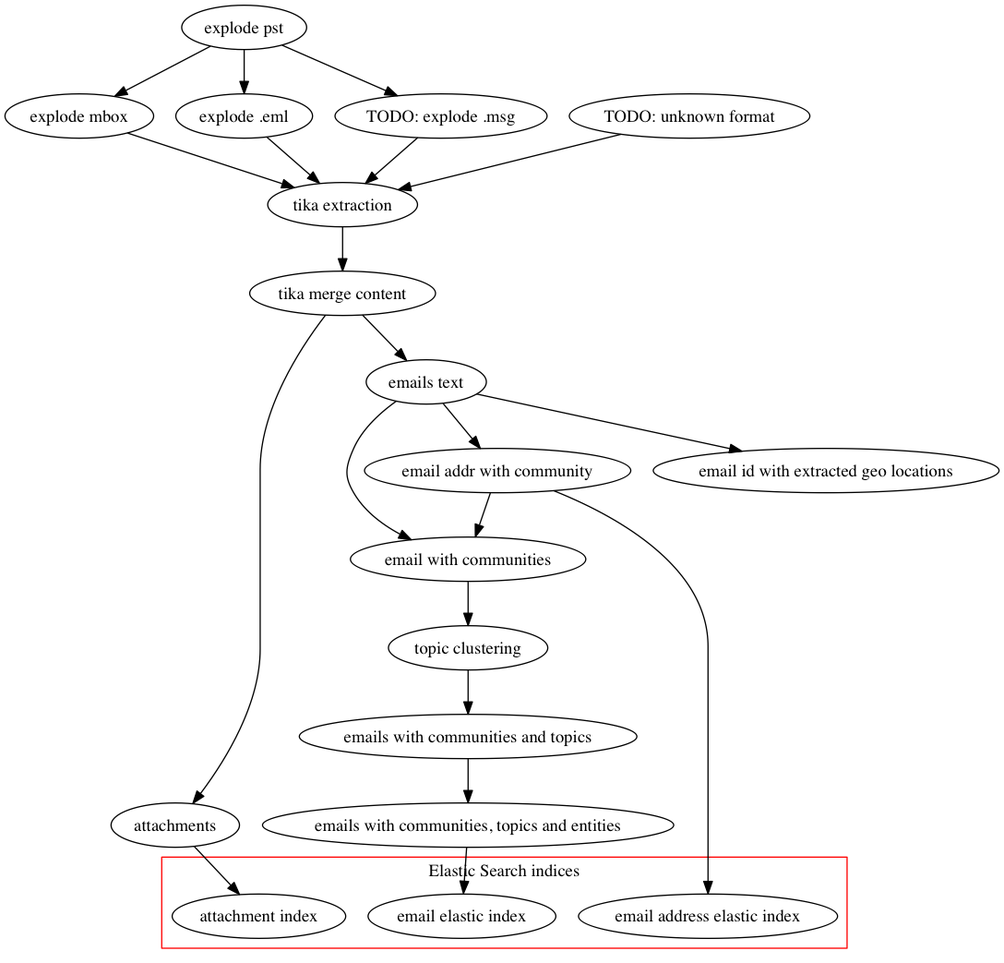
Before: etc/workflow.png, a diagram exported from Graphviz (Sotera/pst-extraction). Its source is kept beside it as etc/workflow.dot.
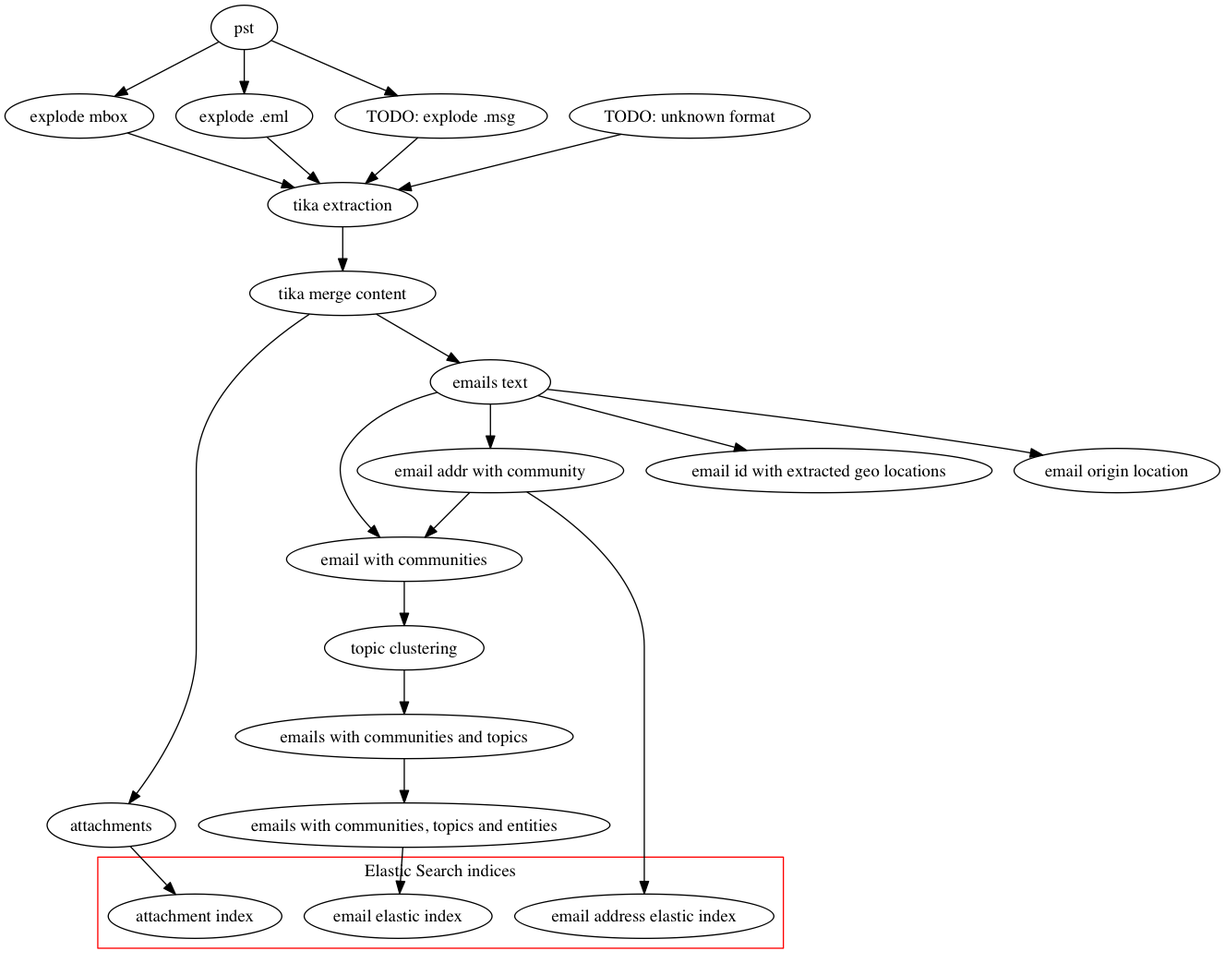
The same diagram one commit later.

Commit message:
added geo location from ip

Change to the diagram source:
```diff
@@ -19,6 +19,7 @@
    es_attach [label="attachment index"];
 
    email_location [label="email id with extracted geo locations"];
+   email_origin_loc [label="email origin location"];
 
    pst -> mbox ;
    pst -> eml ;
@@ -42,6 +43,7 @@
    emailaddr_comm -> es_email_addr ;
 
    emails_text -> email_location ;
+   emails_text -> email_origin_loc;
 
    subgraph cluster_0 {
             es_email ;
```
